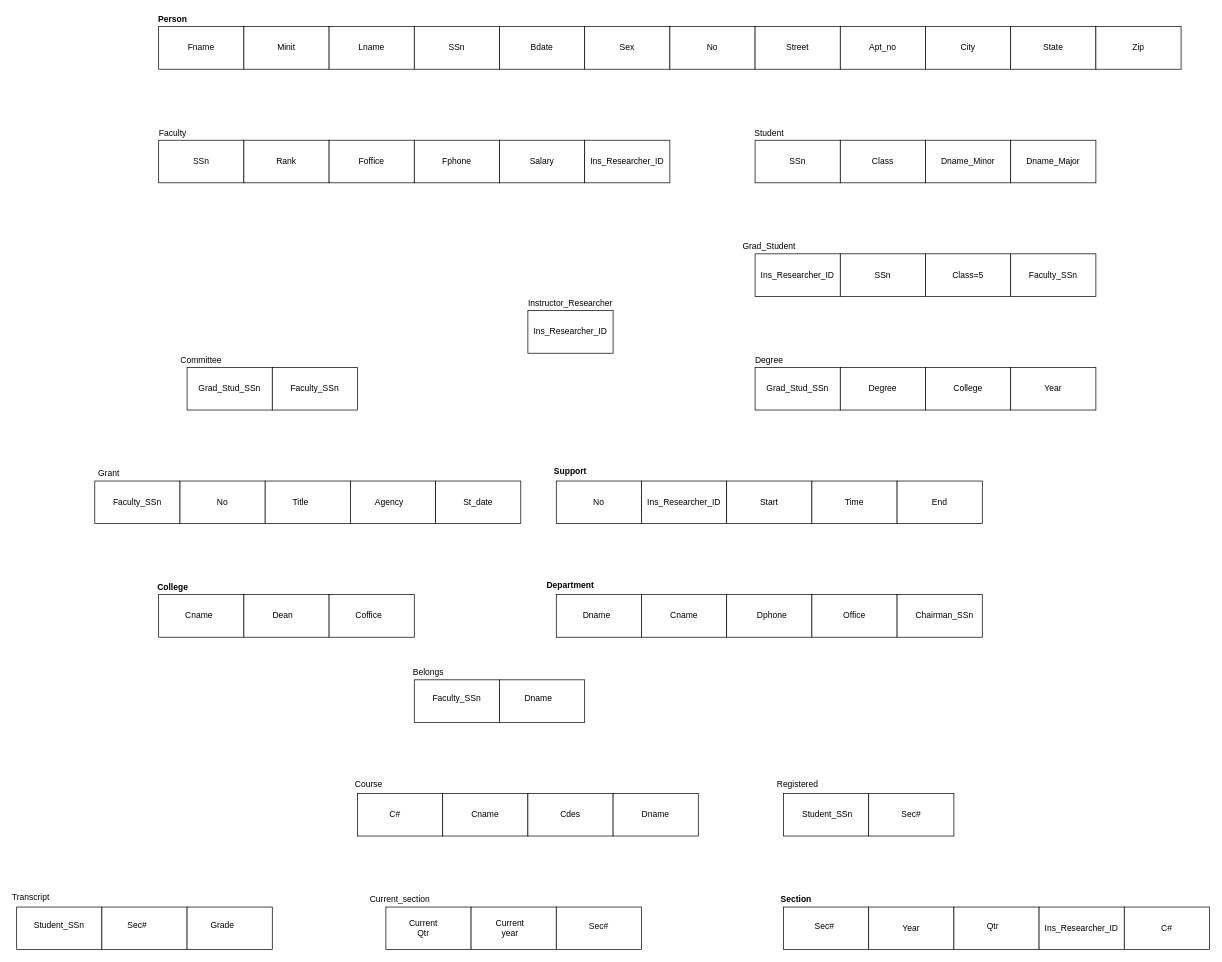
MuhammadIrfan92/Database-Engineering-Semester-7 keeps this draw.io diagram as Lab 3 University Database RS Part 2.drawio. Above is the earlier version. Source tidied: cells renumbered, new cells numbered last; positions are measured from the earlier drawing's top-left corner, leaving out a move shared by most shapes. Both pictures are drawn from the tidied source at 71%, with x=0, y=0 at pixel (16, 12).
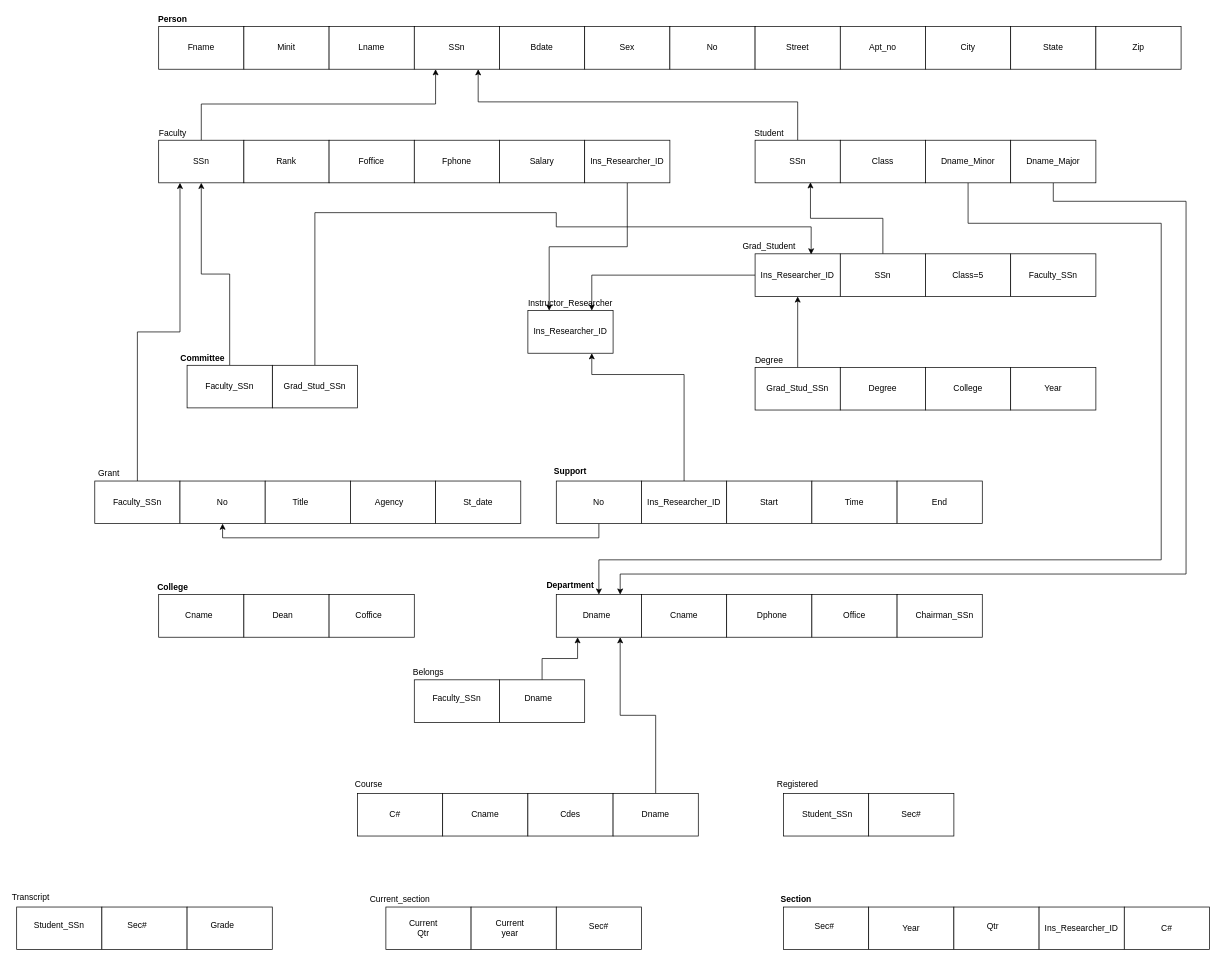
After the change.

The change refers to these unchanged cells:
```xml
<mxCell id="5" style="rounded=0;whiteSpace=wrap;html=1;" parent="1" vertex="1">
  <mxGeometry x="560" y="20" width="120" height="60" as="geometry" />
</mxCell>
<mxCell id="14" style="rounded=0;whiteSpace=wrap;html=1;" parent="1" vertex="1">
  <mxGeometry x="200" y="180" width="120" height="60" as="geometry" />
</mxCell>
<mxCell id="19" style="rounded=0;whiteSpace=wrap;html=1;" parent="1" vertex="1">
  <mxGeometry x="800" y="180" width="120" height="60" as="geometry" />
</mxCell>
<mxCell id="20" style="rounded=0;whiteSpace=wrap;html=1;" parent="1" vertex="1">
  <mxGeometry x="1040" y="180" width="120" height="60" as="geometry" />
</mxCell>
<mxCell id="22" style="rounded=0;whiteSpace=wrap;html=1;" parent="1" vertex="1">
  <mxGeometry x="1280" y="180" width="120" height="60" as="geometry" />
</mxCell>
<mxCell id="23" style="rounded=0;whiteSpace=wrap;html=1;" parent="1" vertex="1">
  <mxGeometry x="1400" y="180" width="120" height="60" as="geometry" />
</mxCell>
<mxCell id="24" value="&lt;span&gt;Ins_Researcher_ID&lt;/span&gt;" style="rounded=0;whiteSpace=wrap;html=1;" parent="1" vertex="1">
  <mxGeometry x="1040" y="340" width="120" height="60" as="geometry" />
</mxCell>
<mxCell id="25" style="rounded=0;whiteSpace=wrap;html=1;" parent="1" vertex="1">
  <mxGeometry x="1160" y="340" width="120" height="60" as="geometry" />
</mxCell>
<mxCell id="28" style="rounded=0;whiteSpace=wrap;html=1;" parent="1" vertex="1">
  <mxGeometry x="1040" y="500" width="120" height="60" as="geometry" />
</mxCell>
<mxCell id="32" style="rounded=0;whiteSpace=wrap;html=1;" parent="1" vertex="1">
  <mxGeometry x="720" y="420" width="120" height="60" as="geometry" />
</mxCell>
<mxCell id="33" style="rounded=0;whiteSpace=wrap;html=1;" parent="1" vertex="1">
  <mxGeometry x="760" y="660" width="120" height="60" as="geometry" />
</mxCell>
<mxCell id="34" style="rounded=0;whiteSpace=wrap;html=1;" parent="1" vertex="1">
  <mxGeometry x="880" y="660" width="120" height="60" as="geometry" />
</mxCell>
<mxCell id="38" style="rounded=0;whiteSpace=wrap;html=1;" parent="1" vertex="1">
  <mxGeometry x="110" y="660" width="120" height="60" as="geometry" />
</mxCell>
<mxCell id="39" style="rounded=0;whiteSpace=wrap;html=1;" parent="1" vertex="1">
  <mxGeometry x="230" y="660" width="120" height="60" as="geometry" />
</mxCell>
<mxCell id="45" style="rounded=0;whiteSpace=wrap;html=1;" parent="1" vertex="1">
  <mxGeometry x="760" y="820" width="120" height="60" as="geometry" />
</mxCell>
<mxCell id="54" style="rounded=0;whiteSpace=wrap;html=1;" parent="1" vertex="1">
  <mxGeometry x="680" y="940" width="120" height="60" as="geometry" />
</mxCell>
<mxCell id="58" style="rounded=0;whiteSpace=wrap;html=1;" parent="1" vertex="1">
  <mxGeometry x="840" y="1100" width="120" height="60" as="geometry" />
</mxCell>
```

The edit, as a diff of the source:
```diff
@@
+    <mxCell id="156" style="edgeStyle=orthogonalEdgeStyle;rounded=0;jettySize=auto;html=1;entryX=0.25;entryY=1;entryDx=0;entryDy=0;" parent="1" edge="1" source="14" target="5">
+      <mxGeometry relative="1" as="geometry">
+        <Array as="points">
+          <mxPoint x="260" y="129" />
+          <mxPoint x="590" y="129" />
+        </Array>
+      </mxGeometry>
+    </mxCell>
@@
+    <mxCell id="157" style="edgeStyle=orthogonalEdgeStyle;rounded=0;jettySize=auto;html=1;entryX=0.25;entryY=0;entryDx=0;entryDy=0;" parent="1" edge="1" source="19" target="32">
+      <mxGeometry relative="1" as="geometry" />
+    </mxCell>
@@
+    <mxCell id="158" style="edgeStyle=orthogonalEdgeStyle;rounded=0;jettySize=auto;html=1;entryX=0.75;entryY=1;entryDx=0;entryDy=0;" parent="1" edge="1" source="20" target="5">
+      <mxGeometry relative="1" as="geometry">
+        <Array as="points">
+          <mxPoint x="1100" y="126" />
+          <mxPoint x="650" y="126" />
+        </Array>
+      </mxGeometry>
+    </mxCell>
@@
+    <mxCell id="159" style="edgeStyle=orthogonalEdgeStyle;rounded=0;jettySize=auto;html=1;entryX=0.5;entryY=0;entryDx=0;entryDy=0;" parent="1" edge="1" source="22" target="45">
+      <mxGeometry relative="1" as="geometry">
+        <Array as="points">
+          <mxPoint x="1340" y="297" />
+          <mxPoint x="1612" y="297" />
+          <mxPoint x="1612" y="771" />
+          <mxPoint x="820" y="771" />
+        </Array>
+      </mxGeometry>
+    </mxCell>
@@
+    <mxCell id="160" style="edgeStyle=orthogonalEdgeStyle;rounded=0;jettySize=auto;html=1;entryX=0.75;entryY=0;entryDx=0;entryDy=0;" parent="1" edge="1" source="23" target="45">
+      <mxGeometry relative="1" as="geometry">
+        <Array as="points">
+          <mxPoint x="1460" y="266" />
+          <mxPoint x="1647" y="266" />
+          <mxPoint x="1647" y="791" />
+          <mxPoint x="850" y="791" />
+        </Array>
+      </mxGeometry>
+    </mxCell>
@@
+    <mxCell id="161" style="edgeStyle=orthogonalEdgeStyle;rounded=0;jettySize=auto;html=1;entryX=0.75;entryY=0;entryDx=0;entryDy=0;" parent="1" edge="1" source="24" target="32">
+      <mxGeometry relative="1" as="geometry" />
+    </mxCell>
@@
+    <mxCell id="162" style="edgeStyle=orthogonalEdgeStyle;rounded=0;jettySize=auto;html=1;entryX=0.65;entryY=0.988;entryDx=0;entryDy=0;entryPerimeter=0;" parent="1" edge="1" source="25" target="20">
+      <mxGeometry relative="1" as="geometry" />
+    </mxCell>
@@
+    <mxCell id="163" style="edgeStyle=orthogonalEdgeStyle;rounded=0;jettySize=auto;html=1;entryX=0.5;entryY=1;entryDx=0;entryDy=0;" parent="1" edge="1" source="28" target="24">
+      <mxGeometry relative="1" as="geometry" />
+    </mxCell>
@@
+    <mxCell id="164" style="edgeStyle=orthogonalEdgeStyle;rounded=0;jettySize=auto;html=1;entryX=0.5;entryY=1;entryDx=0;entryDy=0;" parent="1" edge="1" source="33" target="39">
+      <mxGeometry relative="1" as="geometry">
+        <Array as="points">
+          <mxPoint x="820" y="740" />
+          <mxPoint x="290" y="740" />
+        </Array>
+      </mxGeometry>
+    </mxCell>
@@
+    <mxCell id="165" style="edgeStyle=orthogonalEdgeStyle;rounded=0;jettySize=auto;html=1;entryX=0.75;entryY=1;entryDx=0;entryDy=0;" parent="1" edge="1" source="34" target="32">
+      <mxGeometry relative="1" as="geometry">
+        <Array as="points">
+          <mxPoint x="940" y="510" />
+          <mxPoint x="810" y="510" />
+        </Array>
+      </mxGeometry>
+    </mxCell>
@@
+    <mxCell id="166" style="edgeStyle=orthogonalEdgeStyle;rounded=0;jettySize=auto;html=1;entryX=0.25;entryY=1;entryDx=0;entryDy=0;" parent="1" edge="1" source="38" target="14">
+      <mxGeometry relative="1" as="geometry" />
+    </mxCell>
@@
+    <mxCell id="167" style="edgeStyle=orthogonalEdgeStyle;rounded=0;jettySize=auto;html=1;entryX=0.658;entryY=0.014;entryDx=0;entryDy=0;entryPerimeter=0;" parent="1" edge="1" source="43" target="24">
+      <mxGeometry relative="1" as="geometry">
+        <Array as="points">
+          <mxPoint x="420" y="282" />
+          <mxPoint x="760" y="282" />
+          <mxPoint x="760" y="302" />
+          <mxPoint x="1119" y="302" />
+        </Array>
+      </mxGeometry>
+    </mxCell>
     <mxCell id="43" style="rounded=0;whiteSpace=wrap;html=1;" parent="1" vertex="1">
-      <mxGeometry x="240" y="500" width="120" height="60" as="geometry" />
+      <mxGeometry x="360" y="497" width="120" height="60" as="geometry" />
     </mxCell>
+    <mxCell id="168" style="edgeStyle=orthogonalEdgeStyle;rounded=0;jettySize=auto;html=1;entryX=0.5;entryY=1;entryDx=0;entryDy=0;" parent="1" edge="1" source="44" target="14">
+      <mxGeometry relative="1" as="geometry" />
+    </mxCell>
     <mxCell id="44" style="rounded=0;whiteSpace=wrap;html=1;" parent="1" vertex="1">
-      <mxGeometry x="360" y="500" width="120" height="60" as="geometry" />
+      <mxGeometry x="240" y="497" width="120" height="60" as="geometry" />
     </mxCell>
@@
+    <mxCell id="169" style="edgeStyle=orthogonalEdgeStyle;rounded=0;jettySize=auto;html=1;entryX=0.25;entryY=1;entryDx=0;entryDy=0;" parent="1" edge="1" source="54" target="45">
+      <mxGeometry relative="1" as="geometry" />
+    </mxCell>
@@
+    <mxCell id="170" style="edgeStyle=orthogonalEdgeStyle;rounded=0;jettySize=auto;html=1;entryX=0.75;entryY=1;entryDx=0;entryDy=0;" parent="1" edge="1" source="58" target="45">
+      <mxGeometry relative="1" as="geometry" />
+    </mxCell>
@@
     <mxCell id="117" value="Faculty_SSn" style="text;html=1;strokeColor=none;fillColor=none;align=center;verticalAlign=middle;whiteSpace=wrap;rounded=0;" parent="1" vertex="1">
-      <mxGeometry x="400" y="520" width="40" height="20" as="geometry" />
+      <mxGeometry x="280" y="517" width="40" height="20" as="geometry" />
     </mxCell>
     <mxCell id="118" value="Grad_Stud_SSn" style="text;html=1;strokeColor=none;fillColor=none;align=center;verticalAlign=middle;whiteSpace=wrap;rounded=0;" parent="1" vertex="1">
-      <mxGeometry x="280" y="520" width="40" height="20" as="geometry" />
+      <mxGeometry x="400" y="517" width="40" height="20" as="geometry" />
     </mxCell>
-    <mxCell id="119" value="Committee" style="text;html=1;strokeColor=none;fillColor=none;align=center;verticalAlign=middle;whiteSpace=wrap;rounded=0;" parent="1" vertex="1">
-      <mxGeometry x="240" y="480" width="40" height="20" as="geometry" />
+    <mxCell id="119" value="&lt;b&gt;Committee&lt;/b&gt;" style="text;html=1;strokeColor=none;fillColor=none;align=center;verticalAlign=middle;whiteSpace=wrap;rounded=0;" parent="1" vertex="1">
+      <mxGeometry x="242" y="477" width="40" height="20" as="geometry" />
     </mxCell>
```
